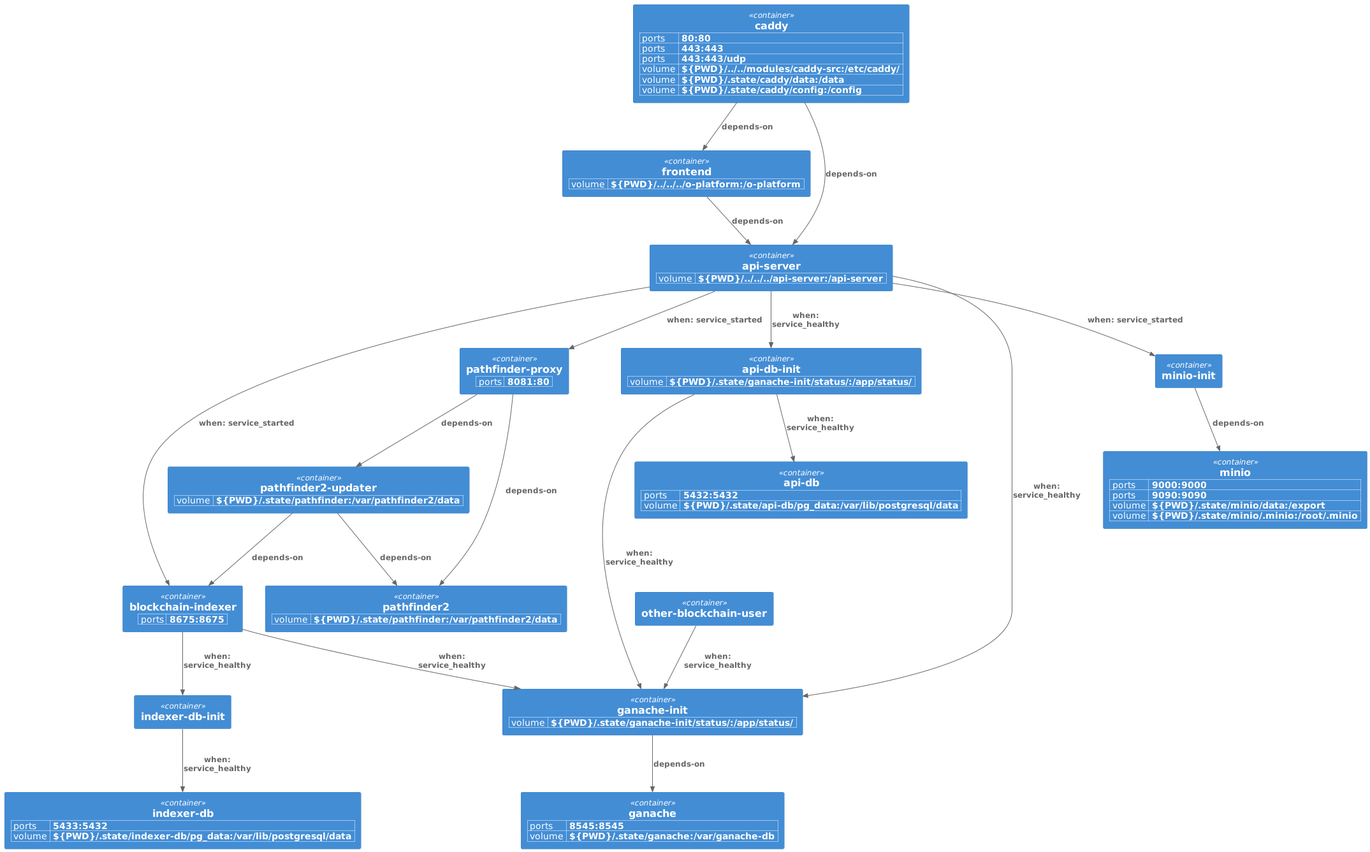
Earlier version of the PlantUML export docs/diagrams/out/startup-dependencies.png (CirclesUBI/land-local).
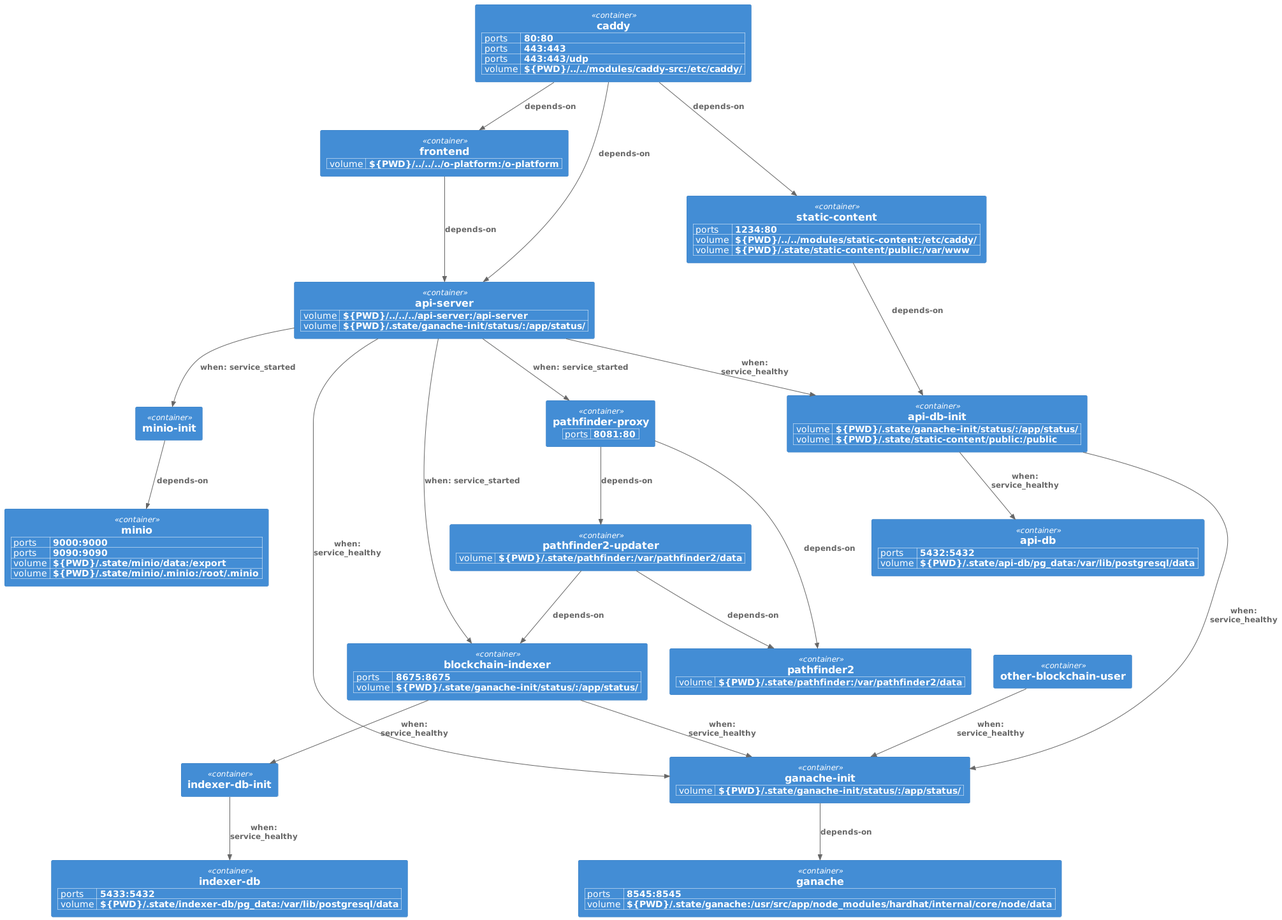
After the change.

Diff of the diagram source:
```diff
@@ -13,16 +13,19 @@
 Container(api_db, "api-db")
 WithoutPropertyHeader()
 AddProperty("volume", "${PWD}/.state/ganache-init/status/:/app/status/")
+AddProperty("volume", "${PWD}/.state/static-content/public:/public")
 Container(api_db_init, "api-db-init")
 WithoutPropertyHeader()
 AddProperty("volume", "${PWD}/../../../api-server:/api-server")
+AddProperty("volume", "${PWD}/.state/ganache-init/status/:/app/status/")
 Container(api_server, "api-server")
 WithoutPropertyHeader()
 AddProperty("ports", "8675:8675")
+AddProperty("volume", "${PWD}/.state/ganache-init/status/:/app/status/")
 Container(blockchain_indexer, "blockchain-indexer")
 WithoutPropertyHeader()
 AddProperty("ports", "8545:8545")
-AddProperty("volume", "${PWD}/.state/ganache:/var/ganache-db")
+AddProperty("volume", "${PWD}/.state/ganache:/usr/src/app/node_modules/hardhat/internal/core/node/data")
 Container(ganache, "ganache")
 WithoutPropertyHeader()
 AddProperty("volume", "${PWD}/.state/ganache-init/status/:/app/status/")
@@ -54,9 +57,12 @@
 AddProperty("ports", "443:443")
 AddProperty("ports", "443:443/udp")
 AddProperty("volume", "${PWD}/../../modules/caddy-src:/etc/caddy/")
-AddProperty("volume", "${PWD}/.state/caddy/data:/data")
-AddProperty("volume", "${PWD}/.state/caddy/config:/config")
 Container(caddy, "caddy")
+WithoutPropertyHeader()
+AddProperty("ports", "1234:80")
+AddProperty("volume", "${PWD}/../../modules/static-content:/etc/caddy/")
+AddProperty("volume", "${PWD}/.state/static-content/public:/var/www")
+Container(static_content, "static-content")
 Rel_D(indexer_db_init, indexer_db, "when: service_healthy", "")
 Rel_D(api_db_init, api_db, "when: service_healthy", "")
 Rel_D(api_db_init, ganache_init, "when: service_healthy", "")
@@ -77,5 +83,7 @@
 Rel_D(minio_init, minio, "depends-on", "")
 Rel_D(caddy, frontend, "depends-on", "")
 Rel_D(caddy, api_server, "depends-on", "")
+Rel_D(caddy, static_content, "depends-on", "")
+Rel_D(static_content, api_db_init, "depends-on", "")
 
 @enduml
```
